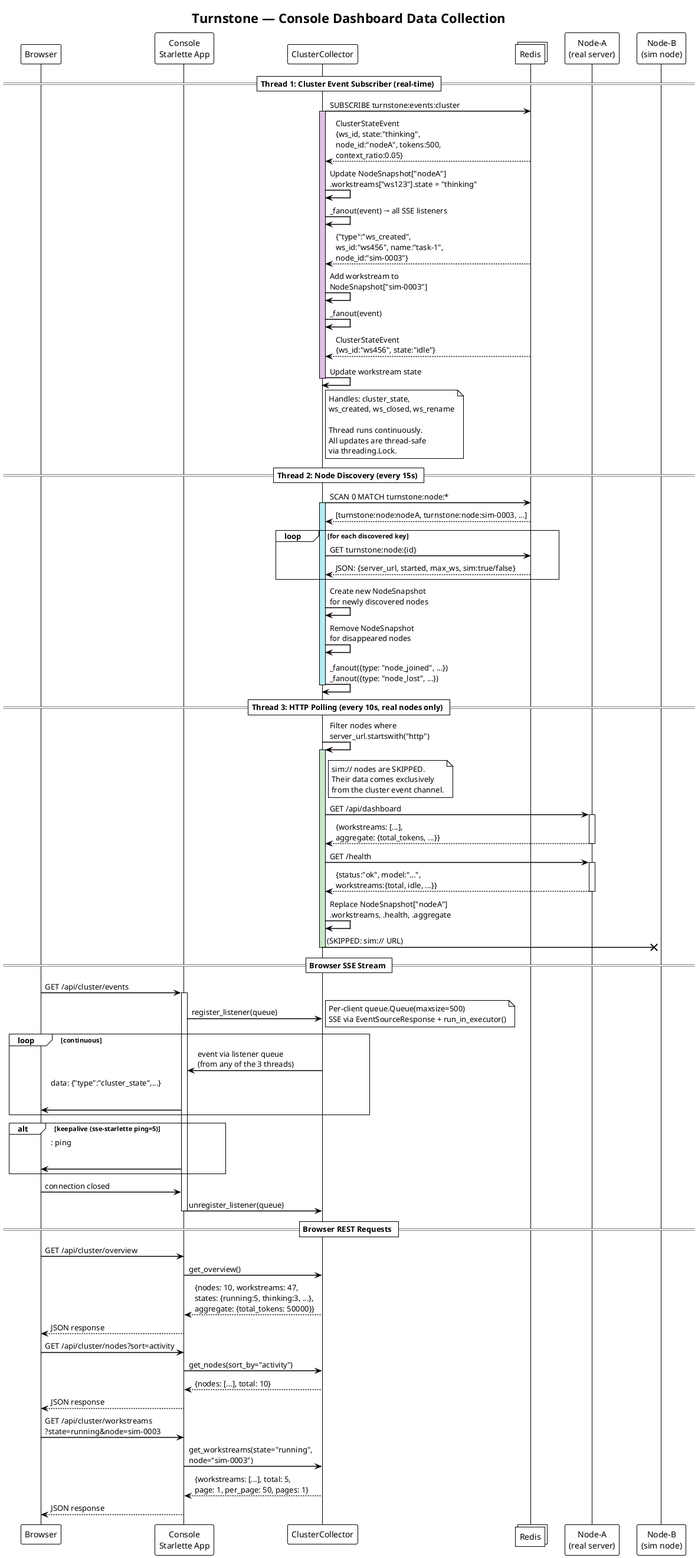
The PlantUML diagram docs/diagrams/png/11-console-data-flow.png in turnstonelabs/turnstone, before a commit.
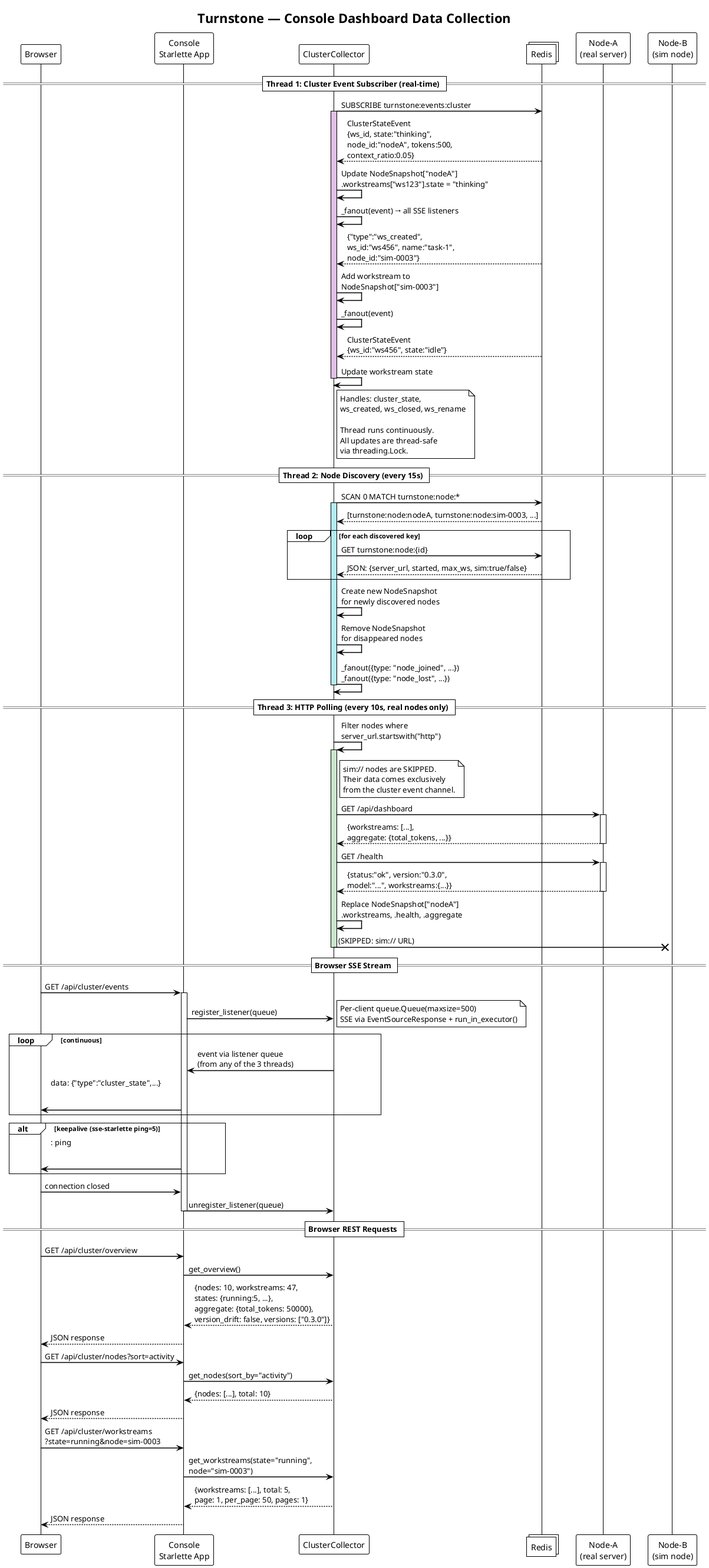
After the commit.

Commit message:
Add node version tracking and drift detection to console dashboard

Change to the diagram source:
```diff
@@ -74,7 +74,7 @@
 
 CC -> NodeA : GET /health
 activate NodeA
-NodeA --> CC : {status:"ok", model:"...",\nworkstreams:{total, idle, ...}}
+NodeA --> CC : {status:"ok", version:"0.3.0",\nmodel:"...", workstreams:{...}}
 deactivate NodeA
 
 CC -> CC : Replace NodeSnapshot["nodeA"]\n.workstreams, .health, .aggregate
@@ -108,7 +108,7 @@
 
 Browser -> Server : GET /api/cluster/overview
 Server -> CC : get_overview()
-CC --> Server : {nodes: 10, workstreams: 47,\nstates: {running:5, thinking:3, ...},\naggregate: {total_tokens: 50000}}
+CC --> Server : {nodes: 10, workstreams: 47,\nstates: {running:5, ...},\naggregate: {total_tokens: 50000},\nversion_drift: false, versions: ["0.3.0"]}
 Server --> Browser : JSON response
 
 Browser -> Server : GET /api/cluster/nodes?sort=activity
```
